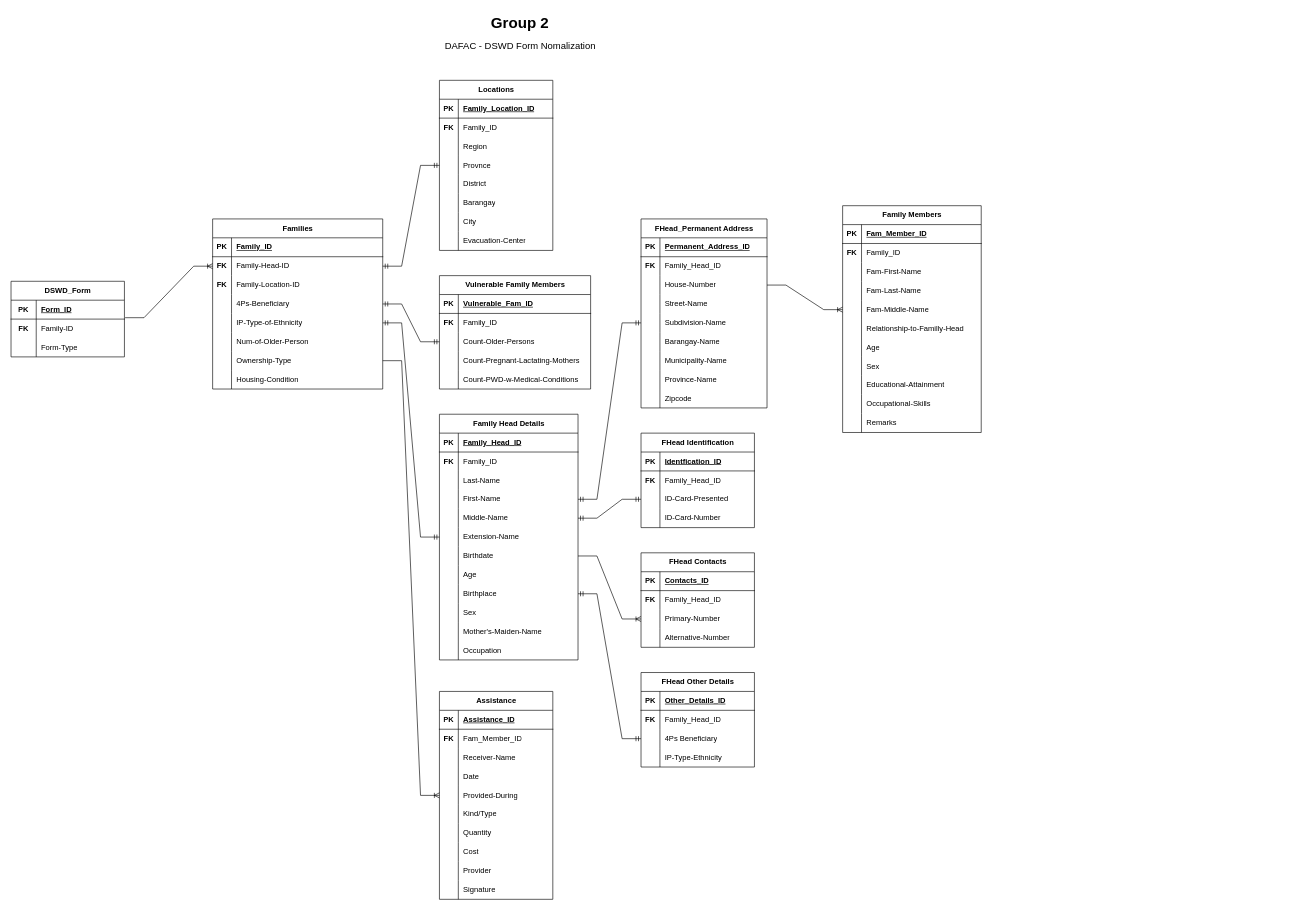
The draw.io diagram DSWDForm.drawio in Lanxxxe/Apartment-Watch, before the edit. Source tidied: cells renumbered, new cells numbered last; positions are measured from the earlier drawing's top-left corner, leaving out a move shared by most shapes. Both pictures are drawn from the tidied source at 63%, with x=0, y=0 at pixel (11, 11).
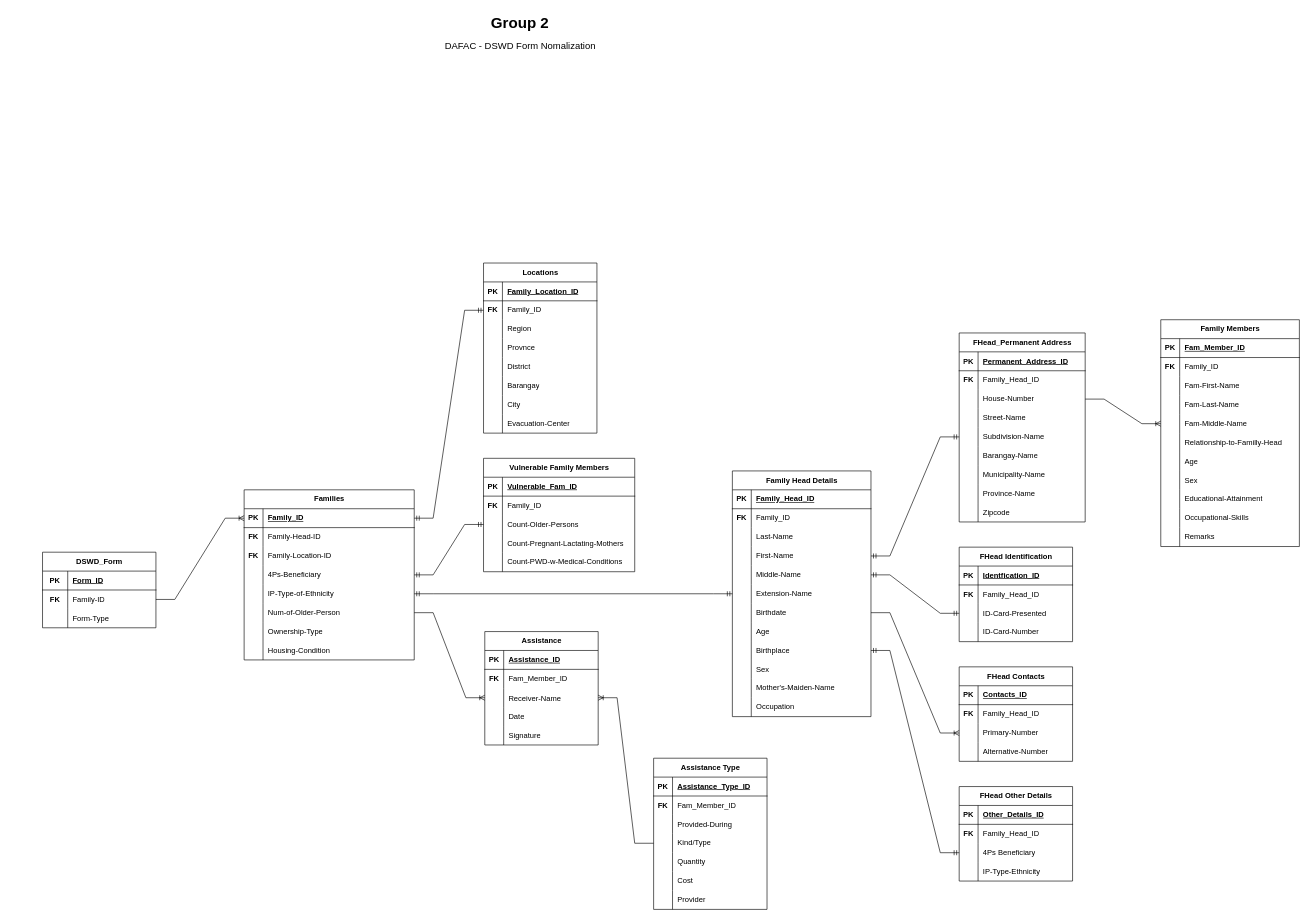
After the change.

The change refers to these unchanged cells:
```xml
<mxCell id="3" style="shape=tableRow;horizontal=0;startSize=0;swimlaneHead=0;swimlaneBody=0;fillColor=none;points=[[0,0.5],[1,0.5]];portConstraint=eastwest;top=0;left=0;right=0;bottom=1;" parent="2" vertex="1">
  <mxGeometry y="30" width="270" height="30" as="geometry" />
</mxCell>
<mxCell id="6" style="shape=tableRow;horizontal=0;startSize=0;swimlaneHead=0;swimlaneBody=0;fillColor=none;points=[[0,0.5],[1,0.5]];portConstraint=eastwest;top=0;left=0;right=0;bottom=0;" parent="2" vertex="1">
  <mxGeometry y="60" width="270" height="30" as="geometry" />
</mxCell>
<mxCell id="15" style="shape=tableRow;horizontal=0;startSize=0;swimlaneHead=0;swimlaneBody=0;fillColor=none;points=[[0,0.5],[1,0.5]];portConstraint=eastwest;top=0;left=0;right=0;bottom=0;" parent="2" vertex="1">
  <mxGeometry y="150" width="270" height="30" as="geometry" />
</mxCell>
<mxCell id="18" style="shape=tableRow;horizontal=0;startSize=0;swimlaneHead=0;swimlaneBody=0;fillColor=none;points=[[0,0.5],[1,0.5]];portConstraint=eastwest;top=0;left=0;right=0;bottom=0;" parent="2" vertex="1">
  <mxGeometry y="180" width="270" height="30" as="geometry" />
</mxCell>
<mxCell id="21" style="shape=tableRow;horizontal=0;startSize=0;swimlaneHead=0;swimlaneBody=0;fillColor=none;points=[[0,0.5],[1,0.5]];portConstraint=eastwest;top=0;left=0;right=0;bottom=0;" parent="2" vertex="1">
  <mxGeometry y="210" width="270" height="30" as="geometry" />
</mxCell>
<mxCell id="43" style="shape=tableRow;horizontal=0;startSize=0;swimlaneHead=0;swimlaneBody=0;fillColor=none;points=[[0,0.5],[1,0.5]];portConstraint=eastwest;top=0;left=0;right=0;bottom=0;" parent="27" vertex="1">
  <mxGeometry y="180" width="220" height="30" as="geometry" />
</mxCell>
<mxCell id="102" style="shape=tableRow;horizontal=0;startSize=0;swimlaneHead=0;swimlaneBody=0;fillColor=none;points=[[0,0.5],[1,0.5]];portConstraint=eastwest;top=0;left=0;right=0;bottom=0;" parent="98" vertex="1">
  <mxGeometry y="60" width="180" height="30" as="geometry" />
</mxCell>
<mxCell id="108" style="shape=tableRow;horizontal=0;startSize=0;swimlaneHead=0;swimlaneBody=0;fillColor=none;points=[[0,0.5],[1,0.5]];portConstraint=eastwest;top=0;left=0;right=0;bottom=0;" parent="98" vertex="1">
  <mxGeometry y="120" width="180" height="30" as="geometry" />
</mxCell>
<mxCell id="130" style="shape=tableRow;horizontal=0;startSize=0;swimlaneHead=0;swimlaneBody=0;fillColor=none;points=[[0,0.5],[1,0.5]];portConstraint=eastwest;top=0;left=0;right=0;bottom=0;" parent="123" vertex="1">
  <mxGeometry y="90" width="180" height="30" as="geometry" />
</mxCell>
<mxCell id="159" style="shape=tableRow;horizontal=0;startSize=0;swimlaneHead=0;swimlaneBody=0;fillColor=none;points=[[0,0.5],[1,0.5]];portConstraint=eastwest;top=0;left=0;right=0;bottom=0;" parent="155" vertex="1">
  <mxGeometry y="60" width="180" height="30" as="geometry" />
</mxCell>
```

Diff of the diagram source:
```diff
@@
     <mxCell id="2" value="Families" style="shape=table;startSize=30;childLayout=tableLayout;rowLines=0;fontStyle=1;align=center;html=1;" parent="1" vertex="1">
-      <mxGeometry x="320" y="330" width="270" height="270" as="geometry" />
+      <mxGeometry x="370" y="760" width="270" height="270" as="geometry" />
     </mxCell>
@@
     <mxCell id="27" value="Family Head Details" style="shape=table;startSize=30;childLayout=tableLayout;rowLines=0;fontStyle=1;align=center;html=1;" parent="1" vertex="1">
-      <mxGeometry x="680" y="640" width="220" height="390" as="geometry" />
+      <mxGeometry x="1145" y="730" width="220" height="390" as="geometry" />
     </mxCell>
@@
     <mxCell id="64" value="Family Members" style="shape=table;startSize=30;childLayout=tableLayout;rowLines=0;fontStyle=1;align=center;html=1;" parent="1" vertex="1">
-      <mxGeometry x="1320" y="309" width="220" height="360" as="geometry" />
+      <mxGeometry x="1825" y="490" width="220" height="360" as="geometry" />
     </mxCell>
@@
     <mxCell id="98" value="Locations" style="shape=table;startSize=30;childLayout=tableLayout;rowLines=0;fontStyle=1;align=center;html=1;" parent="1" vertex="1">
-      <mxGeometry x="680" y="110" width="180" height="270" as="geometry" />
+      <mxGeometry x="750" y="400" width="180" height="270" as="geometry" />
     </mxCell>
@@
     <mxCell id="123" value="Assistance" style="shape=table;startSize=30;childLayout=tableLayout;rowLines=0;fontStyle=1;align=center;html=1;" parent="1" vertex="1">
-      <mxGeometry x="680" y="1080" width="180" height="330" as="geometry" />
+      <mxGeometry x="752" y="985" width="180" height="180" as="geometry" />
     </mxCell>
@@
-    <mxCell id="136" style="shape=tableRow;horizontal=0;startSize=0;swimlaneHead=0;swimlaneBody=0;fillColor=none;points=[[0,0.5],[1,0.5]];portConstraint=eastwest;top=0;left=0;right=0;bottom=0;" parent="123" vertex="1">
-      <mxGeometry y="150" width="180" height="30" as="geometry" />
-    </mxCell>
-    <mxCell id="137" style="shape=partialRectangle;fillColor=none;top=0;left=0;bottom=0;right=0;overflow=hidden;whiteSpace=wrap;html=1;" parent="136" vertex="1">
-      <mxGeometry width="30" height="30" as="geometry" />
-    </mxCell>
-    <mxCell id="138" value="Provided-During" style="shape=partialRectangle;fillColor=none;top=0;left=0;bottom=0;right=0;align=left;spacingLeft=6;overflow=hidden;whiteSpace=wrap;html=1;" parent="136" vertex="1">
-      <mxGeometry x="30" width="150" height="30" as="geometry" />
-    </mxCell>
-    <mxCell id="139" style="shape=tableRow;horizontal=0;startSize=0;swimlaneHead=0;swimlaneBody=0;fillColor=none;top=0;left=0;right=0;bottom=0;" parent="123" vertex="1">
-      <mxGeometry y="180" width="180" height="30" as="geometry" />
-    </mxCell>
-    <mxCell id="140" style="shape=partialRectangle;fillColor=none;top=0;left=0;bottom=0;right=0;overflow=hidden;whiteSpace=wrap;html=1;" parent="139" vertex="1">
-      <mxGeometry width="30" height="30" as="geometry" />
-    </mxCell>
-    <mxCell id="141" value="Kind/Type" style="shape=partialRectangle;fillColor=none;top=0;left=0;bottom=0;right=0;align=left;spacingLeft=6;overflow=hidden;whiteSpace=wrap;html=1;" parent="139" vertex="1">
-      <mxGeometry x="30" width="150" height="30" as="geometry" />
-    </mxCell>
-    <mxCell id="142" style="shape=tableRow;horizontal=0;startSize=0;swimlaneHead=0;swimlaneBody=0;fillColor=none;top=0;left=0;right=0;bottom=0;" parent="123" vertex="1">
-      <mxGeometry y="210" width="180" height="30" as="geometry" />
-    </mxCell>
-    <mxCell id="143" style="shape=partialRectangle;fillColor=none;top=0;left=0;bottom=0;right=0;overflow=hidden;whiteSpace=wrap;html=1;" parent="142" vertex="1">
-      <mxGeometry width="30" height="30" as="geometry" />
-    </mxCell>
-    <mxCell id="144" value="Quantity" style="shape=partialRectangle;fillColor=none;top=0;left=0;bottom=0;right=0;align=left;spacingLeft=6;overflow=hidden;whiteSpace=wrap;html=1;" parent="142" vertex="1">
-      <mxGeometry x="30" width="150" height="30" as="geometry" />
-    </mxCell>
-    <mxCell id="145" style="shape=tableRow;horizontal=0;startSize=0;swimlaneHead=0;swimlaneBody=0;fillColor=none;top=0;left=0;right=0;bottom=0;" parent="123" vertex="1">
-      <mxGeometry y="240" width="180" height="30" as="geometry" />
-    </mxCell>
-    <mxCell id="146" style="shape=partialRectangle;fillColor=none;top=0;left=0;bottom=0;right=0;overflow=hidden;whiteSpace=wrap;html=1;" parent="145" vertex="1">
-      <mxGeometry width="30" height="30" as="geometry" />
-    </mxCell>
-    <mxCell id="147" value="Cost" style="shape=partialRectangle;fillColor=none;top=0;left=0;bottom=0;right=0;align=left;spacingLeft=6;overflow=hidden;whiteSpace=wrap;html=1;" parent="145" vertex="1">
-      <mxGeometry x="30" width="150" height="30" as="geometry" />
-    </mxCell>
-    <mxCell id="148" style="shape=tableRow;horizontal=0;startSize=0;swimlaneHead=0;swimlaneBody=0;fillColor=none;top=0;left=0;right=0;bottom=0;" parent="123" vertex="1">
-      <mxGeometry y="270" width="180" height="30" as="geometry" />
-    </mxCell>
-    <mxCell id="149" style="shape=partialRectangle;fillColor=none;top=0;left=0;bottom=0;right=0;overflow=hidden;whiteSpace=wrap;html=1;" parent="148" vertex="1">
-      <mxGeometry width="30" height="30" as="geometry" />
-    </mxCell>
-    <mxCell id="150" value="Provider" style="shape=partialRectangle;fillColor=none;top=0;left=0;bottom=0;right=0;align=left;spacingLeft=6;overflow=hidden;whiteSpace=wrap;html=1;" parent="148" vertex="1">
-      <mxGeometry x="30" width="150" height="30" as="geometry" />
-    </mxCell>
     <mxCell id="151" style="shape=tableRow;horizontal=0;startSize=0;swimlaneHead=0;swimlaneBody=0;fillColor=none;top=0;left=0;right=0;bottom=0;" parent="123" vertex="1">
-      <mxGeometry y="300" width="180" height="30" as="geometry" />
+      <mxGeometry y="150" width="180" height="30" as="geometry" />
     </mxCell>
@@
     <mxCell id="155" value="DSWD_Form" style="shape=table;startSize=30;childLayout=tableLayout;rowLines=0;fontStyle=1;align=center;html=1;" parent="1" vertex="1">
-      <mxGeometry y="429" width="180" height="120" as="geometry" />
+      <mxGeometry x="50" y="859" width="180" height="120" as="geometry" />
     </mxCell>
@@
-    <mxCell id="166" style="edgeStyle=entityRelationEdgeStyle;fontSize=12;html=1;endArrow=ERoneToMany;rounded=0;entryX=0;entryY=0.5;entryDx=0;entryDy=0;exitX=1.006;exitY=-0.074;exitDx=0;exitDy=0;exitPerimeter=0;" parent="1" edge="1" source="159" target="6">
+    <mxCell id="166" style="edgeStyle=entityRelationEdgeStyle;fontSize=12;html=1;endArrow=ERoneToMany;rounded=0;entryX=0;entryY=0.5;entryDx=0;entryDy=0;exitX=1;exitY=0.5;exitDx=0;exitDy=0;" parent="1" edge="1" source="159" target="3">
       <mxGeometry relative="1" as="geometry" />
     </mxCell>
     <mxCell id="167" value="FHead_Permanent Address" style="shape=table;startSize=30;childLayout=tableLayout;rowLines=0;fontStyle=1;align=center;html=1;" parent="1" vertex="1">
-      <mxGeometry x="1000" y="330" width="200" height="300" as="geometry" />
+      <mxGeometry x="1505" y="511" width="200" height="300" as="geometry" />
     </mxCell>
@@
     <mxCell id="195" value="FHead Other Details" style="shape=table;startSize=30;childLayout=tableLayout;rowLines=0;fontStyle=1;align=center;html=1;" parent="1" vertex="1">
-      <mxGeometry x="1000" y="1050" width="180" height="150" as="geometry" />
+      <mxGeometry x="1505" y="1231" width="180" height="150" as="geometry" />
     </mxCell>
@@
     <mxCell id="208" value="Vulnerable Family Members" style="shape=table;startSize=30;childLayout=tableLayout;rowLines=0;fontStyle=1;align=center;html=1;" parent="1" vertex="1">
-      <mxGeometry x="680" y="420" width="240" height="180" as="geometry" />
+      <mxGeometry x="750" y="710" width="240" height="180" as="geometry" />
     </mxCell>
@@
     <mxCell id="224" value="FHead Identification" style="shape=table;startSize=30;childLayout=tableLayout;rowLines=0;fontStyle=1;align=center;html=1;" parent="1" vertex="1">
-      <mxGeometry x="1000" y="670" width="180" height="150" as="geometry" />
+      <mxGeometry x="1505" y="851" width="180" height="150" as="geometry" />
     </mxCell>
@@
     <mxCell id="237" value="FHead Contacts" style="shape=table;startSize=30;childLayout=tableLayout;rowLines=0;fontStyle=1;align=center;html=1;" parent="1" vertex="1">
-      <mxGeometry x="1000" y="860" width="180" height="150" as="geometry" />
+      <mxGeometry x="1505" y="1041" width="180" height="150" as="geometry" />
     </mxCell>
@@
     <mxCell id="250" style="edgeStyle=entityRelationEdgeStyle;fontSize=12;html=1;endArrow=ERmandOne;startArrow=ERmandOne;rounded=0;entryX=0;entryY=0.5;entryDx=0;entryDy=0;exitX=1;exitY=0.5;exitDx=0;exitDy=0;" parent="1" edge="1" source="15" target="43">
       <mxGeometry relative="1" as="geometry">
         <Array as="points">
-          <mxPoint x="640" y="499" />
+          <mxPoint x="740" y="689" />
         </Array>
       </mxGeometry>
     </mxCell>
@@
-    <mxCell id="252" style="edgeStyle=entityRelationEdgeStyle;fontSize=12;html=1;endArrow=ERmandOne;startArrow=ERmandOne;rounded=0;entryX=0;entryY=0.5;entryDx=0;entryDy=0;exitX=1;exitY=0.5;exitDx=0;exitDy=0;" parent="1" edge="1" source="6" target="108">
+    <mxCell id="252" style="edgeStyle=entityRelationEdgeStyle;fontSize=12;html=1;endArrow=ERmandOne;startArrow=ERmandOne;rounded=0;entryX=0;entryY=0.5;entryDx=0;entryDy=0;exitX=1;exitY=0.5;exitDx=0;exitDy=0;" parent="1" edge="1" source="3" target="102">
       <mxGeometry relative="1" as="geometry" />
     </mxCell>
@@
-    <mxCell id="258" style="edgeStyle=entityRelationEdgeStyle;fontSize=12;html=1;endArrow=ERoneToMany;rounded=0;entryX=0;entryY=0.5;entryDx=0;entryDy=0;exitX=1;exitY=0.5;exitDx=0;exitDy=0;" parent="1" edge="1" source="21" target="136">
+    <mxCell id="258" style="edgeStyle=entityRelationEdgeStyle;fontSize=12;html=1;endArrow=ERoneToMany;rounded=0;entryX=0;entryY=0.5;entryDx=0;entryDy=0;exitX=1;exitY=0.5;exitDx=0;exitDy=0;" parent="1" edge="1" source="18" target="130">
       <mxGeometry relative="1" as="geometry" />
     </mxCell>
+    <mxCell id="259" value="Assistance Type" style="shape=table;startSize=30;childLayout=tableLayout;rowLines=0;fontStyle=1;align=center;html=1;" parent="1" vertex="1">
+      <mxGeometry x="1020" y="1186" width="180" height="240" as="geometry" />
+    </mxCell>
+    <mxCell id="260" style="shape=tableRow;horizontal=0;startSize=0;swimlaneHead=0;swimlaneBody=0;fillColor=none;top=0;left=0;right=0;bottom=1;" parent="259" vertex="1">
+      <mxGeometry y="30" width="180" height="30" as="geometry" />
+    </mxCell>
+    <mxCell id="261" value="PK" style="shape=partialRectangle;fillColor=none;top=0;left=0;bottom=0;right=0;fontStyle=1;overflow=hidden;whiteSpace=wrap;html=1;" parent="260" vertex="1">
+      <mxGeometry width="30" height="30" as="geometry" />
+    </mxCell>
+    <mxCell id="262" value="Assistance_Type_ID" style="shape=partialRectangle;fillColor=none;top=0;left=0;bottom=0;right=0;align=left;spacingLeft=6;fontStyle=5;overflow=hidden;whiteSpace=wrap;html=1;" parent="260" vertex="1">
+      <mxGeometry x="30" width="150" height="30" as="geometry" />
+    </mxCell>
+    <mxCell id="263" style="shape=tableRow;horizontal=0;startSize=0;swimlaneHead=0;swimlaneBody=0;fillColor=none;top=0;left=0;right=0;bottom=0;" parent="259" vertex="1">
+      <mxGeometry y="60" width="180" height="30" as="geometry" />
+    </mxCell>
+    <mxCell id="264" value="&lt;b&gt;FK&lt;/b&gt;" style="shape=partialRectangle;fillColor=none;top=0;left=0;bottom=0;right=0;overflow=hidden;whiteSpace=wrap;html=1;" parent="263" vertex="1">
+      <mxGeometry width="30" height="30" as="geometry" />
+    </mxCell>
+    <mxCell id="265" value="Fam_Member_ID" style="shape=partialRectangle;fillColor=none;top=0;left=0;bottom=0;right=0;align=left;spacingLeft=6;overflow=hidden;whiteSpace=wrap;html=1;" parent="263" vertex="1">
+      <mxGeometry x="30" width="150" height="30" as="geometry" />
+    </mxCell>
+    <mxCell id="266" style="shape=tableRow;horizontal=0;startSize=0;swimlaneHead=0;swimlaneBody=0;fillColor=none;top=0;left=0;right=0;bottom=0;" parent="259" vertex="1">
+      <mxGeometry y="90" width="180" height="30" as="geometry" />
+    </mxCell>
+    <mxCell id="267" style="shape=partialRectangle;fillColor=none;top=0;left=0;bottom=0;right=0;overflow=hidden;whiteSpace=wrap;html=1;" parent="266" vertex="1">
+      <mxGeometry width="30" height="30" as="geometry" />
+    </mxCell>
+    <mxCell id="138" value="Provided-During" style="shape=partialRectangle;fillColor=none;top=0;left=0;bottom=0;right=0;align=left;spacingLeft=6;overflow=hidden;whiteSpace=wrap;html=1;" parent="266" vertex="1">
+      <mxGeometry x="30" width="150" height="30" as="geometry" />
+    </mxCell>
+    <mxCell id="268" style="shape=tableRow;horizontal=0;startSize=0;swimlaneHead=0;swimlaneBody=0;fillColor=none;points=[[0,0.5],[1,0.5]];portConstraint=eastwest;top=0;left=0;right=0;bottom=0;" parent="259" vertex="1">
+      <mxGeometry y="120" width="180" height="30" as="geometry" />
+    </mxCell>
+    <mxCell id="269" style="shape=partialRectangle;fillColor=none;top=0;left=0;bottom=0;right=0;overflow=hidden;whiteSpace=wrap;html=1;" parent="268" vertex="1">
+      <mxGeometry width="30" height="30" as="geometry" />
+    </mxCell>
+    <mxCell id="141" value="Kind/Type" style="shape=partialRectangle;fillColor=none;top=0;left=0;bottom=0;right=0;align=left;spacingLeft=6;overflow=hidden;whiteSpace=wrap;html=1;" parent="268" vertex="1">
+      <mxGeometry x="30" width="150" height="30" as="geometry" />
+    </mxCell>
+    <mxCell id="136" style="shape=tableRow;horizontal=0;startSize=0;swimlaneHead=0;swimlaneBody=0;fillColor=none;points=[[0,0.5],[1,0.5]];portConstraint=eastwest;top=0;left=0;right=0;bottom=0;" parent="259" vertex="1">
+      <mxGeometry y="150" width="180" height="30" as="geometry" />
+    </mxCell>
+    <mxCell id="270" style="shape=partialRectangle;fillColor=none;top=0;left=0;bottom=0;right=0;overflow=hidden;whiteSpace=wrap;html=1;" parent="136" vertex="1">
+      <mxGeometry width="30" height="30" as="geometry" />
+    </mxCell>
+    <mxCell id="144" value="Quantity" style="shape=partialRectangle;fillColor=none;top=0;left=0;bottom=0;right=0;align=left;spacingLeft=6;overflow=hidden;whiteSpace=wrap;html=1;" parent="136" vertex="1">
+      <mxGeometry x="30" width="150" height="30" as="geometry" />
+    </mxCell>
+    <mxCell id="139" style="shape=tableRow;horizontal=0;startSize=0;swimlaneHead=0;swimlaneBody=0;fillColor=none;top=0;left=0;right=0;bottom=0;" parent="259" vertex="1">
+      <mxGeometry y="180" width="180" height="30" as="geometry" />
+    </mxCell>
+    <mxCell id="271" style="shape=partialRectangle;fillColor=none;top=0;left=0;bottom=0;right=0;overflow=hidden;whiteSpace=wrap;html=1;" parent="139" vertex="1">
+      <mxGeometry width="30" height="30" as="geometry" />
+    </mxCell>
+    <mxCell id="147" value="Cost" style="shape=partialRectangle;fillColor=none;top=0;left=0;bottom=0;right=0;align=left;spacingLeft=6;overflow=hidden;whiteSpace=wrap;html=1;" parent="139" vertex="1">
+      <mxGeometry x="30" width="150" height="30" as="geometry" />
+    </mxCell>
+    <mxCell id="142" style="shape=tableRow;horizontal=0;startSize=0;swimlaneHead=0;swimlaneBody=0;fillColor=none;top=0;left=0;right=0;bottom=0;" parent="259" vertex="1">
+      <mxGeometry y="210" width="180" height="30" as="geometry" />
+    </mxCell>
+    <mxCell id="272" style="shape=partialRectangle;fillColor=none;top=0;left=0;bottom=0;right=0;overflow=hidden;whiteSpace=wrap;html=1;" parent="142" vertex="1">
+      <mxGeometry width="30" height="30" as="geometry" />
+    </mxCell>
+    <mxCell id="150" value="Provider" style="shape=partialRectangle;fillColor=none;top=0;left=0;bottom=0;right=0;align=left;spacingLeft=6;overflow=hidden;whiteSpace=wrap;html=1;" parent="142" vertex="1">
+      <mxGeometry x="30" width="150" height="30" as="geometry" />
+    </mxCell>
+    <mxCell id="273" style="edgeStyle=entityRelationEdgeStyle;fontSize=12;html=1;endArrow=ERoneToMany;rounded=0;entryX=1;entryY=0.5;entryDx=0;entryDy=0;exitX=0;exitY=0.5;exitDx=0;exitDy=0;" parent="1" edge="1" source="268" target="130">
+      <mxGeometry relative="1" as="geometry" />
+    </mxCell>
```
